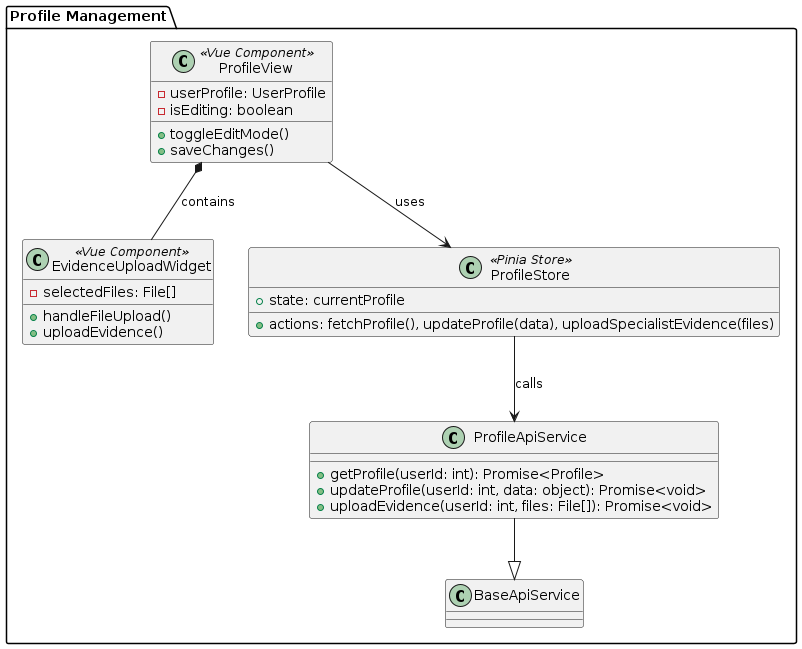
upc-pre-1asi0730-2610-10215-arcadiadevs/viora-report keeps this PlantUML diagram as report/assets/class-diagrams/profile-ui-component-diagram.png. Above is the earlier version.
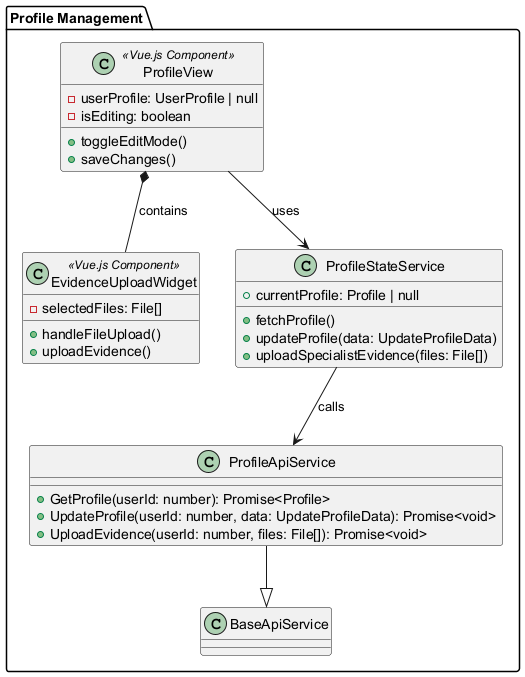
After the commit.

The edit, as a diff of the source:
```diff
@@ -1,32 +1,34 @@
 @startuml
 package "Profile Management" {
-    class ProfileView <<Vue Component>> {
-        - userProfile: UserProfile
+    class ProfileView <<Vue.js Component>> {
+        - userProfile: UserProfile | null
         - isEditing: boolean
         + toggleEditMode()
         + saveChanges()
     }
 
-    class EvidenceUploadWidget <<Vue Component>> {
+    class EvidenceUploadWidget <<Vue.js Component>> {
         - selectedFiles: File[]
         + handleFileUpload()
         + uploadEvidence()
     }
 
-    class ProfileStore <<Pinia Store>> {
-        + state: currentProfile
-        + actions: fetchProfile(), updateProfile(data), uploadSpecialistEvidence(files)
+    class ProfileStateService {
+        + currentProfile: Profile | null
+        + fetchProfile()
+        + updateProfile(data: UpdateProfileData)
+        + uploadSpecialistEvidence(files: File[])
     }
 
     class ProfileApiService {
-        + getProfile(userId: int): Promise<Profile>
-        + updateProfile(userId: int, data: object): Promise<void>
-        + uploadEvidence(userId: int, files: File[]): Promise<void>
+        + GetProfile(userId: number): Promise<Profile>
+        + UpdateProfile(userId: number, data: UpdateProfileData): Promise<void>
+        + UploadEvidence(userId: number, files: File[]): Promise<void>
     }
 
     ProfileApiService --|> BaseApiService
     ProfileView *-- EvidenceUploadWidget : contains
-    ProfileView --> ProfileStore : uses
-    ProfileStore --> ProfileApiService : calls
+    ProfileView --> ProfileStateService : uses
+    ProfileStateService --> ProfileApiService : calls
 }
 @enduml
```
